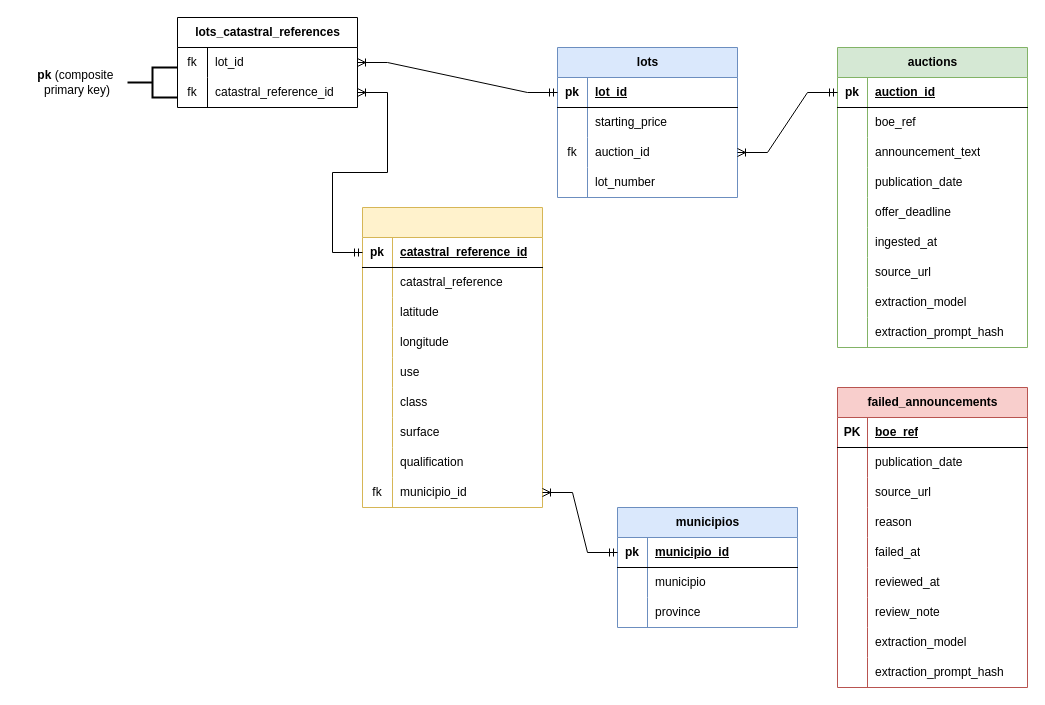
This is data_modeling/OLAP/2.silver/E-R.drawio from MiguelDonado/subastas_analytics, a draw.io file, before an edit. Source tidied: cells renumbered, new cells numbered last; positions are measured from the earlier drawing's top-left corner, leaving out a move shared by most shapes. Both pictures are drawn from the tidied source at 100%, with x=0, y=0 at pixel (17, 17).
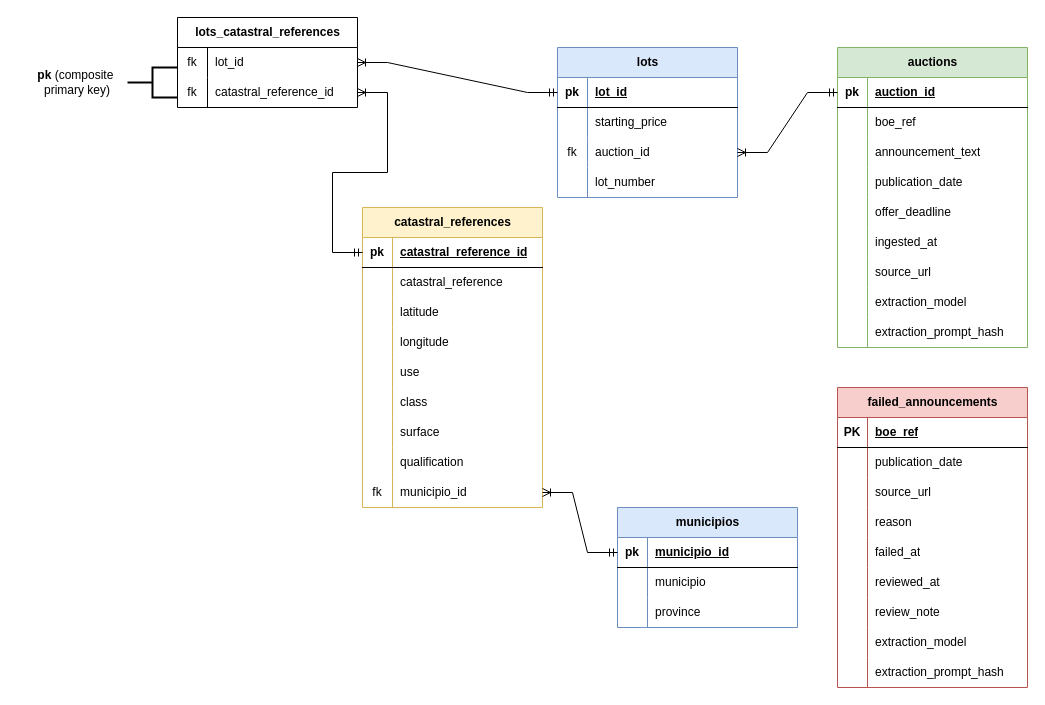
Above is the later version.

What changed in the source:
```diff
@@
-    <mxCell id="54" value="&amp;nbsp; &amp;nbsp; &amp;nbsp; &amp;nbsp; &amp;nbsp; &amp;nbsp; &amp;nbsp; &amp;nbsp; &amp;nbsp; &amp;nbsp; &amp;nbsp; &amp;nbsp; &amp;nbsp; &amp;nbsp;&amp;nbsp;" style="shape=table;startSize=30;childLayout=tableLayout;rowLines=0;fontStyle=1;align=center;html=1;fillColor=#fff2cc;strokeColor=#d6b656;" parent="1" vertex="1">
+    <mxCell id="54" value="catastral_references" style="shape=table;startSize=30;childLayout=tableLayout;rowLines=0;fontStyle=1;align=center;html=1;fillColor=#fff2cc;strokeColor=#d6b656;" parent="1" vertex="1">
       <mxGeometry x="345" y="190" width="180" height="300" as="geometry" />
     </mxCell>
```
